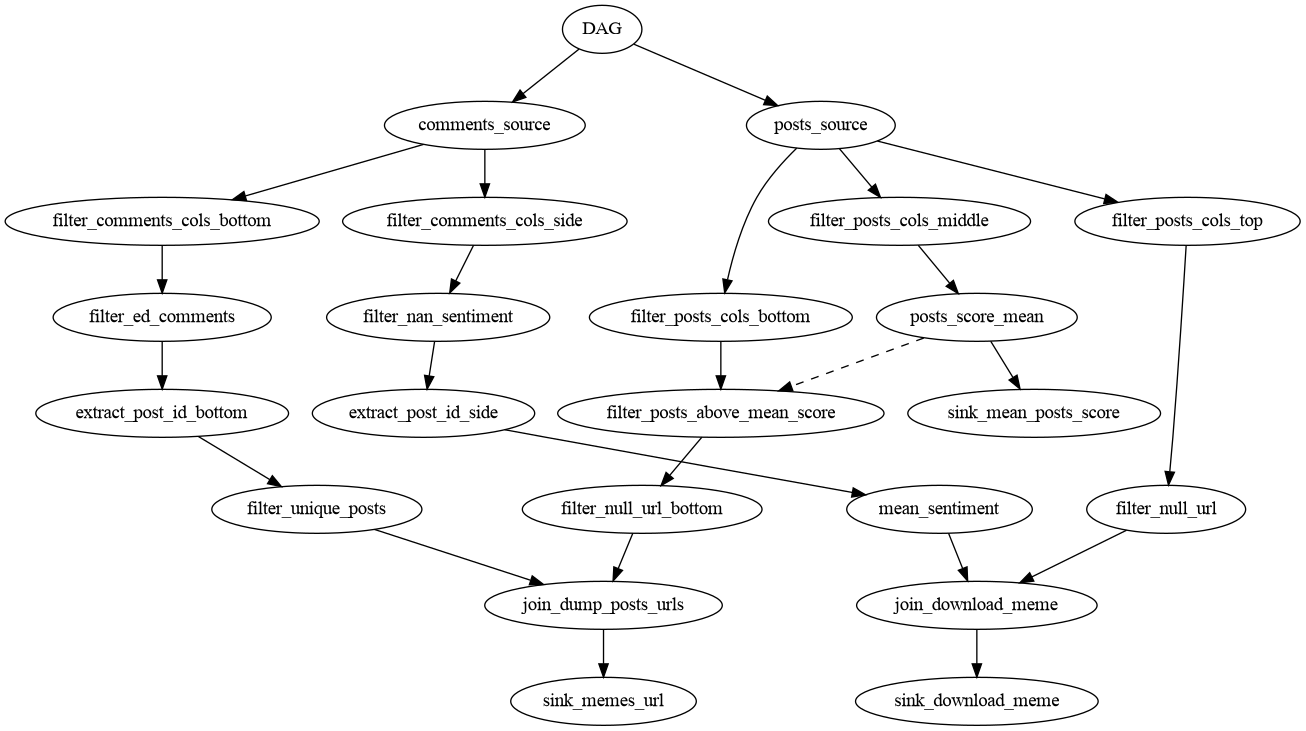
Above: informe/images/DAG.gv.png in CrossNox/7574-TP2 (Graphviz), before the change. Its source is kept beside it as informe/images/DAG.gv.
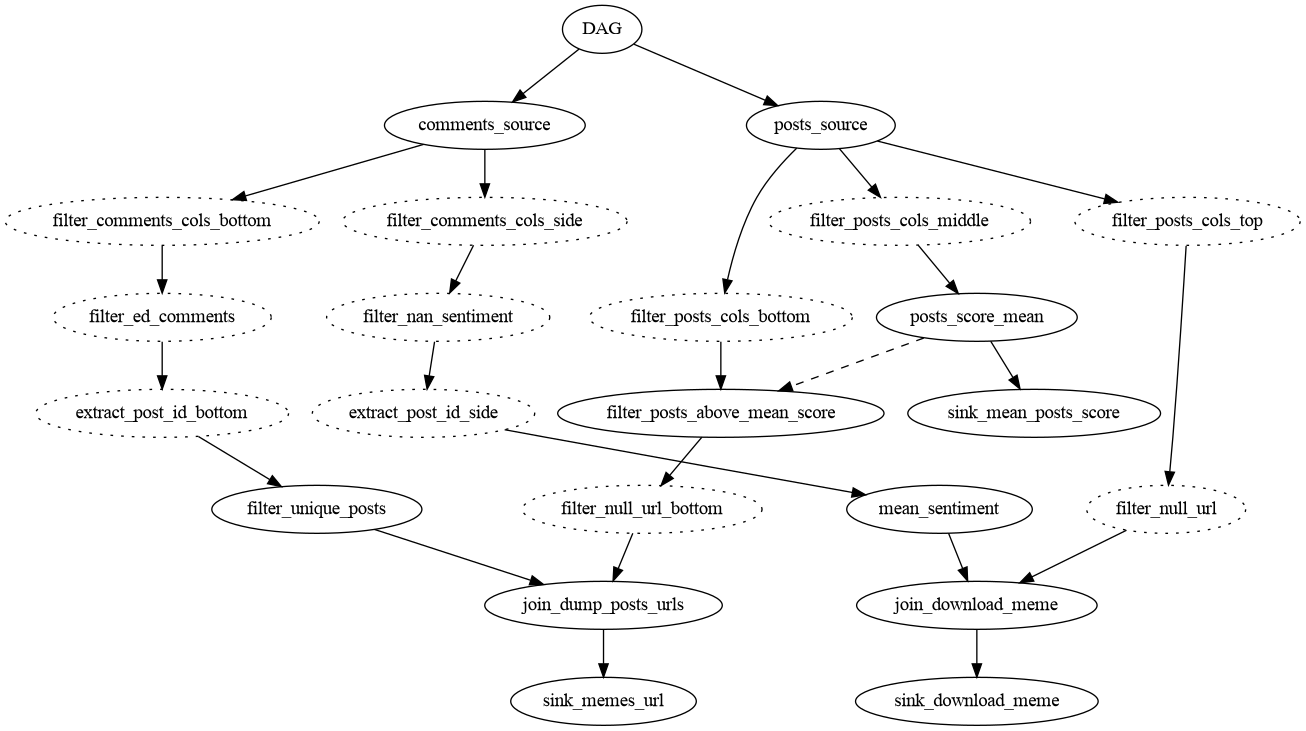
Above is the later version.

Commit message:
dotted ventilators

What changed in the source:
```diff
@@ -2,11 +2,11 @@
 	graph [rankdir=TB]
 	comments_source
 	DAG -> comments_source
-	filter_comments_cols_side
+	filter_comments_cols_side [style=dotted]
 	comments_source -> filter_comments_cols_side
-	filter_nan_sentiment
+	filter_nan_sentiment [style=dotted]
 	filter_comments_cols_side -> filter_nan_sentiment
-	extract_post_id_side
+	extract_post_id_side [style=dotted]
 	filter_nan_sentiment -> extract_post_id_side
 	mean_sentiment
 	extract_post_id_side -> mean_sentiment
@@ -15,11 +15,11 @@
 	mean_sentiment -> join_download_meme
 	sink_download_meme
 	join_download_meme -> sink_download_meme
-	filter_comments_cols_bottom
+	filter_comments_cols_bottom [style=dotted]
 	comments_source -> filter_comments_cols_bottom
-	filter_ed_comments
+	filter_ed_comments [style=dotted]
 	filter_comments_cols_bottom -> filter_ed_comments
-	extract_post_id_bottom
+	extract_post_id_bottom [style=dotted]
 	filter_ed_comments -> extract_post_id_bottom
 	filter_unique_posts
 	extract_post_id_bottom -> filter_unique_posts
@@ -30,21 +30,21 @@
 	join_dump_posts_urls -> sink_memes_url
 	posts_source
 	DAG -> posts_source
-	filter_posts_cols_bottom
+	filter_posts_cols_bottom [style=dotted]
 	posts_source -> filter_posts_cols_bottom
 	filter_posts_above_mean_score
 	filter_posts_cols_bottom -> filter_posts_above_mean_score
 	posts_score_mean -> filter_posts_above_mean_score [style=dashed]
-	filter_null_url_bottom
+	filter_null_url_bottom [style=dotted]
 	filter_posts_above_mean_score -> filter_null_url_bottom
-	filter_posts_cols_middle
+	filter_posts_cols_middle [style=dotted]
 	posts_source -> filter_posts_cols_middle
 	posts_score_mean
 	filter_posts_cols_middle -> posts_score_mean
 	sink_mean_posts_score
 	posts_score_mean -> sink_mean_posts_score
-	filter_posts_cols_top
+	filter_posts_cols_top [style=dotted]
 	posts_source -> filter_posts_cols_top
-	filter_null_url
+	filter_null_url [style=dotted]
 	filter_posts_cols_top -> filter_null_url
 }
```
